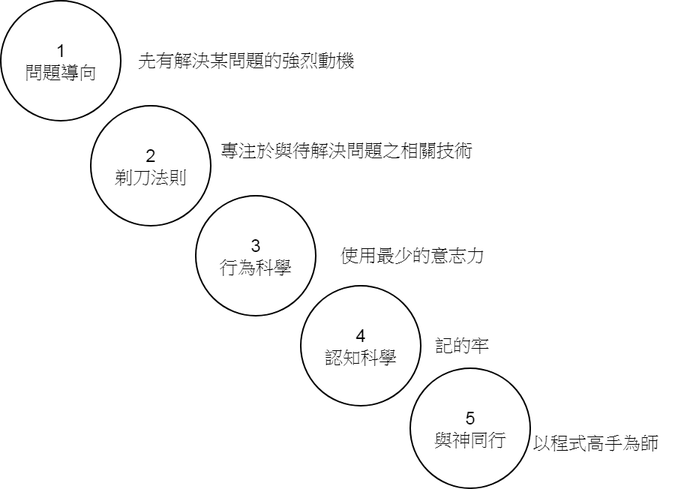
The draw.io diagram 學習程式設計的五個關鍵要素.png in tewei0328/teach-pbl-book, before a commit. Source tidied: cells renumbered, new cells last; positions are measured from the earlier drawing's top-left corner, leaving out a move shared by most shapes.
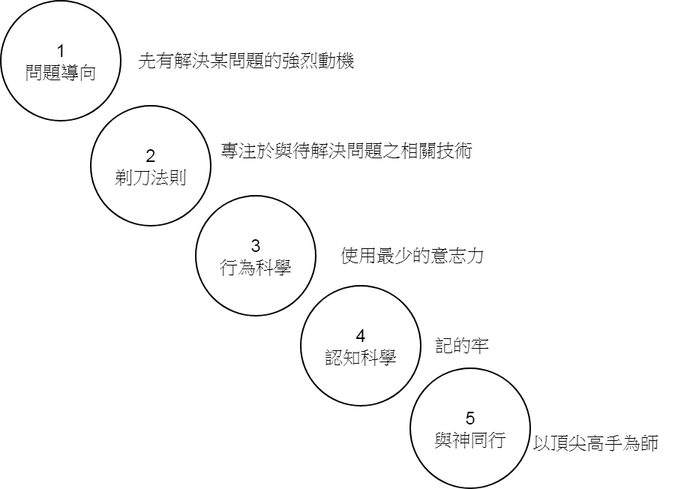
The same file after the commit.

Commit message:
Added 學習程式設計的五個關鍵要素.png

Diff of the diagram source:
```diff
@@ -29,7 +29,7 @@
     <mxCell id="10" value="記的牢" style="text;html=1;align=left;verticalAlign=top;spacingTop=-4;" parent="1" vertex="1">
       <mxGeometry x="288" y="220" width="50" height="20" as="geometry" />
     </mxCell>
-    <mxCell id="11" value="以程式高手為師" style="text;html=1;align=left;verticalAlign=top;spacingTop=-4;" parent="1" vertex="1">
+    <mxCell id="11" value="以頂尖高手為師" style="text;html=1;align=left;verticalAlign=top;spacingTop=-4;" parent="1" vertex="1">
       <mxGeometry x="353" y="285" width="100" height="20" as="geometry" />
     </mxCell>
   </root>
```
